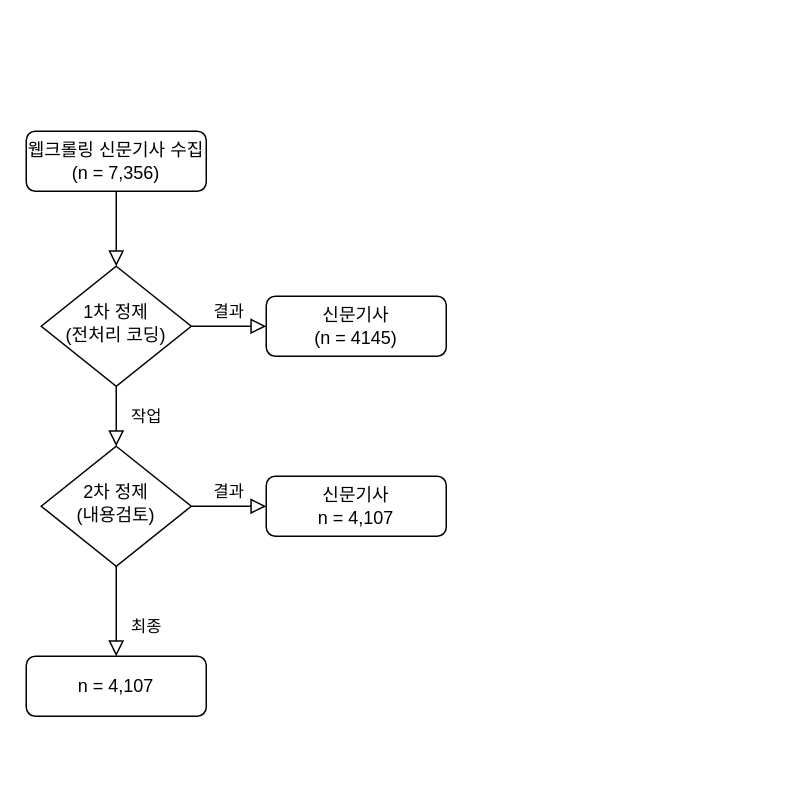
The draw.io diagram Copy of Untitled Diagram.drawio in kjsang/analysis.coupang, before the edit. Source tidied: cells renumbered, new cells numbered last; positions are measured from the earlier drawing's top-left corner, leaving out a move shared by most shapes. Both pictures are drawn from the tidied source at 150%, with x=0, y=0 at pixel (26, 130).
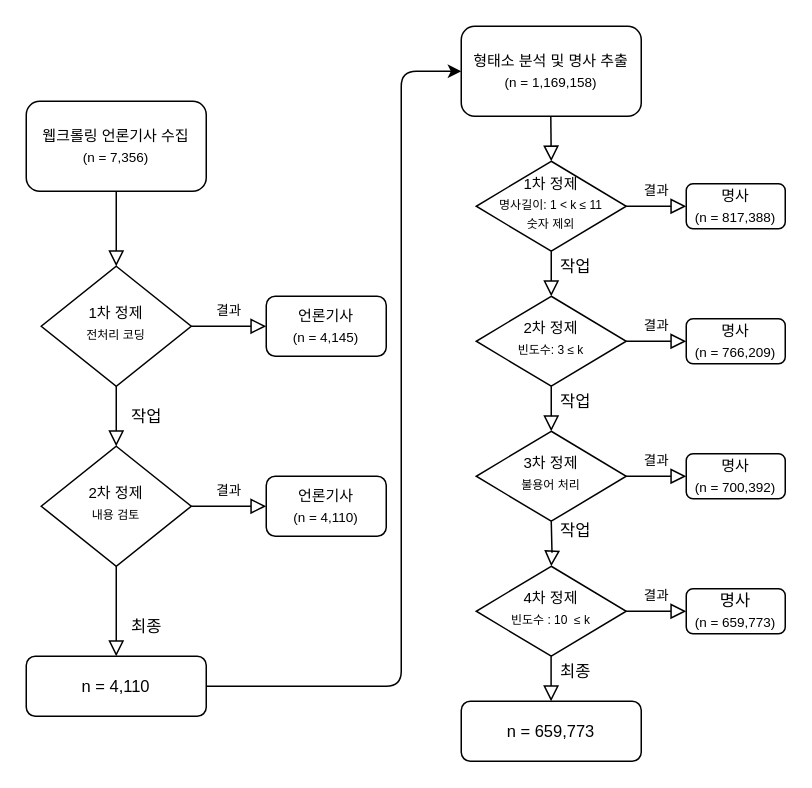
Above is the later version.

What changed in the source:
```diff
@@
-    <mxCell id="3" value="웹크롤링 신문기사 수집&lt;br&gt;(n = 7,356)" style="rounded=1;whiteSpace=wrap;html=1;fontSize=12;glass=0;strokeWidth=1;shadow=0;" parent="1" vertex="1">
-      <mxGeometry width="120" height="40" as="geometry" />
+    <mxCell id="3" value="&lt;font style=&quot;font-size: 10px&quot;&gt;웹크롤링 언론기사 수집&lt;br&gt;&lt;/font&gt;&lt;font style=&quot;font-size: 9px&quot;&gt;(n = 7,356)&lt;/font&gt;" style="rounded=1;whiteSpace=wrap;html=1;fontSize=11;glass=0;strokeWidth=1;shadow=0;" parent="1" vertex="1">
+      <mxGeometry y="-20" width="120" height="60" as="geometry" />
     </mxCell>
@@
-    <mxCell id="5" value="결과" style="edgeStyle=orthogonalEdgeStyle;rounded=0;html=1;jettySize=auto;fontSize=11;endArrow=block;endFill=0;endSize=8;strokeWidth=1;shadow=0;labelBackgroundColor=none;" parent="1" edge="1" source="6" target="7">
+    <mxCell id="5" value="결과" style="edgeStyle=orthogonalEdgeStyle;rounded=0;html=1;jettySize=auto;fontSize=9;endArrow=block;endFill=0;endSize=8;strokeWidth=1;shadow=0;labelBackgroundColor=none;" parent="1" edge="1" source="6" target="7">
       <mxGeometry y="10" relative="1" as="geometry" />
     </mxCell>
-    <mxCell id="6" value="1차 정제&lt;br&gt;(전처리 코딩)" style="rhombus;whiteSpace=wrap;html=1;shadow=0;fontFamily=Helvetica;fontSize=12;align=center;strokeWidth=1;spacing=6;spacingTop=-4;" parent="1" vertex="1">
+    <mxCell id="6" value="&lt;font style=&quot;font-size: 10px&quot;&gt;1차 정제&lt;br&gt;&lt;/font&gt;&lt;font style=&quot;font-size: 8px&quot;&gt;전처리 코딩&lt;/font&gt;" style="rhombus;whiteSpace=wrap;html=1;shadow=0;fontFamily=Helvetica;fontSize=11;align=center;strokeWidth=1;spacing=6;spacingTop=-4;" parent="1" vertex="1">
       <mxGeometry x="10" y="90" width="100" height="80" as="geometry" />
     </mxCell>
-    <mxCell id="7" value="신문기사&lt;br&gt;(n = 4145)" style="rounded=1;whiteSpace=wrap;html=1;fontSize=12;glass=0;strokeWidth=1;shadow=0;" parent="1" vertex="1">
-      <mxGeometry x="160" y="110" width="120" height="40" as="geometry" />
+    <mxCell id="7" value="&lt;font style=&quot;font-size: 10px&quot;&gt;언론기사&lt;br&gt;&lt;/font&gt;&lt;font style=&quot;font-size: 9px&quot;&gt;(n = 4,145)&lt;/font&gt;" style="rounded=1;whiteSpace=wrap;html=1;fontSize=11;glass=0;strokeWidth=1;shadow=0;" parent="1" vertex="1">
+      <mxGeometry x="160" y="110" width="80" height="40" as="geometry" />
     </mxCell>
@@
-    <mxCell id="9" value="결과" style="edgeStyle=orthogonalEdgeStyle;rounded=0;html=1;jettySize=auto;fontSize=11;endArrow=block;endFill=0;endSize=8;strokeWidth=1;shadow=0;labelBackgroundColor=none;" parent="1" edge="1" source="10" target="12">
+    <mxCell id="9" value="결과" style="edgeStyle=orthogonalEdgeStyle;rounded=0;html=1;jettySize=auto;fontSize=9;endArrow=block;endFill=0;endSize=8;strokeWidth=1;shadow=0;labelBackgroundColor=none;" parent="1" edge="1" source="10" target="12">
       <mxGeometry y="10" relative="1" as="geometry" />
     </mxCell>
-    <mxCell id="10" value="2차 정제&lt;br&gt;(내용검토)" style="rhombus;whiteSpace=wrap;html=1;shadow=0;fontFamily=Helvetica;fontSize=12;align=center;strokeWidth=1;spacing=6;spacingTop=-4;" parent="1" vertex="1">
+    <mxCell id="10" value="&lt;font style=&quot;font-size: 10px&quot;&gt;2차 정제&lt;br&gt;&lt;/font&gt;&lt;font style=&quot;font-size: 8px&quot;&gt;내용 검토&lt;/font&gt;" style="rhombus;whiteSpace=wrap;html=1;shadow=0;fontFamily=Helvetica;fontSize=11;align=center;strokeWidth=1;spacing=6;spacingTop=-4;" parent="1" vertex="1">
       <mxGeometry x="10" y="210" width="100" height="80" as="geometry" />
     </mxCell>
-    <mxCell id="11" value="n = 4,107" style="rounded=1;whiteSpace=wrap;html=1;fontSize=12;glass=0;strokeWidth=1;shadow=0;" parent="1" vertex="1">
+    <mxCell id="11" value="n = 4,110" style="rounded=1;whiteSpace=wrap;html=1;fontSize=11;glass=0;strokeWidth=1;shadow=0;" parent="1" vertex="1">
       <mxGeometry y="350" width="120" height="40" as="geometry" />
     </mxCell>
-    <mxCell id="12" value="신문기사&lt;br&gt;n = 4,107" style="rounded=1;whiteSpace=wrap;html=1;fontSize=12;glass=0;strokeWidth=1;shadow=0;" parent="1" vertex="1">
-      <mxGeometry x="160" y="230" width="120" height="40" as="geometry" />
+    <mxCell id="12" value="&lt;font style=&quot;font-size: 10px&quot;&gt;언론기사&lt;/font&gt;&lt;br style=&quot;font-size: 11px&quot;&gt;&lt;font style=&quot;font-size: 9px&quot;&gt;(n = 4,110)&lt;/font&gt;" style="rounded=1;whiteSpace=wrap;html=1;fontSize=11;glass=0;strokeWidth=1;shadow=0;" parent="1" vertex="1">
+      <mxGeometry x="160" y="230" width="80" height="40" as="geometry" />
     </mxCell>
+    <mxCell id="13" style="endArrow=classic;html=1;exitX=1;exitY=0.5;exitDx=0;exitDy=0;entryX=0;entryY=0.5;entryDx=0;entryDy=0;" parent="1" edge="1" source="11" target="14">
+      <mxGeometry relative="1" as="geometry">
+        <Array as="points">
+          <mxPoint x="250" y="370" />
+          <mxPoint x="250" y="-40" />
+        </Array>
+      </mxGeometry>
+    </mxCell>
+    <mxCell id="14" value="&lt;font style=&quot;font-size: 10px&quot;&gt;형태소 분석 및 명사 추출&lt;br&gt;&lt;/font&gt;&lt;font style=&quot;font-size: 9px&quot;&gt;(n = 1,169,158)&lt;/font&gt;" style="rounded=1;whiteSpace=wrap;html=1;fontSize=11;" parent="1" vertex="1">
+      <mxGeometry x="290" y="-70" width="120" height="60" as="geometry" />
+    </mxCell>
+    <mxCell id="15" value="작업" style="rounded=0;html=1;jettySize=auto;fontSize=11;endArrow=block;endFill=0;endSize=8;strokeWidth=1;shadow=0;labelBackgroundColor=none;edgeStyle=orthogonalEdgeStyle;" parent="1" edge="1" source="17" target="21">
+      <mxGeometry x="-0.33" y="16" relative="1" as="geometry">
+        <Array as="points">
+          <mxPoint x="350" y="120" />
+          <mxPoint x="350" y="120" />
+        </Array>
+      </mxGeometry>
+    </mxCell>
+    <mxCell id="16" value="결과" style="edgeStyle=orthogonalEdgeStyle;rounded=0;html=1;jettySize=auto;fontSize=9;endArrow=block;endFill=0;endSize=8;strokeWidth=1;shadow=0;labelBackgroundColor=none;" parent="1" edge="1" source="17" target="18">
+      <mxGeometry y="10" relative="1" as="geometry" />
+    </mxCell>
+    <mxCell id="17" value="&lt;font style=&quot;font-size: 10px&quot;&gt;1차 정제&lt;br&gt;&lt;/font&gt;&lt;font style=&quot;font-size: 8px&quot;&gt;명사길이: 1 &amp;lt; k ≤ 11&lt;br&gt;숫자 제외&lt;/font&gt;" style="rhombus;whiteSpace=wrap;html=1;shadow=0;fontFamily=Helvetica;fontSize=11;align=center;strokeWidth=1;spacing=6;spacingTop=-4;" parent="1" vertex="1">
+      <mxGeometry x="300" y="20" width="100" height="60" as="geometry" />
+    </mxCell>
+    <mxCell id="18" value="&lt;font style=&quot;font-size: 10px&quot;&gt;명사&lt;br&gt;&lt;/font&gt;&lt;font style=&quot;font-size: 9px&quot;&gt;(n = 817,388)&lt;/font&gt;" style="rounded=1;whiteSpace=wrap;html=1;fontSize=11;glass=0;strokeWidth=1;shadow=0;" parent="1" vertex="1">
+      <mxGeometry x="440" y="35" width="66" height="30" as="geometry" />
+    </mxCell>
+    <mxCell id="19" value="작업" style="rounded=0;html=1;jettySize=auto;fontSize=11;endArrow=block;endFill=0;endSize=8;strokeWidth=1;shadow=0;labelBackgroundColor=none;edgeStyle=orthogonalEdgeStyle;" parent="1" edge="1" source="21" target="25">
+      <mxGeometry x="0.2" y="16" relative="1" as="geometry" />
+    </mxCell>
+    <mxCell id="20" value="결과" style="edgeStyle=orthogonalEdgeStyle;rounded=0;html=1;jettySize=auto;fontSize=9;endArrow=block;endFill=0;endSize=8;strokeWidth=1;shadow=0;labelBackgroundColor=none;" parent="1" edge="1" source="21" target="23">
+      <mxGeometry y="10" relative="1" as="geometry" />
+    </mxCell>
+    <mxCell id="21" value="&lt;font style=&quot;font-size: 10px&quot;&gt;2차 정제&lt;br&gt;&lt;/font&gt;&lt;font style=&quot;font-size: 8px&quot;&gt;빈도수: 3 ≤ k&lt;br&gt;&lt;/font&gt;" style="rhombus;whiteSpace=wrap;html=1;shadow=0;fontFamily=Helvetica;fontSize=11;align=center;strokeWidth=1;spacing=6;spacingTop=-4;" parent="1" vertex="1">
+      <mxGeometry x="300" y="110" width="100" height="60" as="geometry" />
+    </mxCell>
+    <mxCell id="22" value="n = 659,773" style="rounded=1;whiteSpace=wrap;html=1;fontSize=11;glass=0;strokeWidth=1;shadow=0;" parent="1" vertex="1">
+      <mxGeometry x="290" y="380" width="120" height="40" as="geometry" />
+    </mxCell>
+    <mxCell id="23" value="&lt;font style=&quot;font-size: 10px&quot;&gt;명사&lt;br&gt;&lt;/font&gt;&lt;font style=&quot;font-size: 9px&quot;&gt;(n = 766,209)&lt;/font&gt;" style="rounded=1;whiteSpace=wrap;html=1;fontSize=11;glass=0;strokeWidth=1;shadow=0;" parent="1" vertex="1">
+      <mxGeometry x="440" y="125" width="66" height="30" as="geometry" />
+    </mxCell>
+    <mxCell id="24" style="rounded=0;html=1;jettySize=auto;orthogonalLoop=1;fontSize=11;endArrow=block;endFill=0;endSize=8;strokeWidth=1;shadow=0;labelBackgroundColor=none;edgeStyle=orthogonalEdgeStyle;" parent="1" edge="1">
+      <mxGeometry relative="1" as="geometry">
+        <mxPoint x="349.7" y="-10" as="sourcePoint" />
+        <mxPoint x="350" y="20" as="targetPoint" />
+      </mxGeometry>
+    </mxCell>
+    <mxCell id="25" value="&lt;font style=&quot;font-size: 10px&quot;&gt;3차 정제&lt;br&gt;&lt;/font&gt;&lt;font style=&quot;font-size: 8px&quot;&gt;불용어 처리&lt;br&gt;&lt;/font&gt;" style="rhombus;whiteSpace=wrap;html=1;shadow=0;fontFamily=Helvetica;fontSize=11;align=center;strokeWidth=1;spacing=6;spacingTop=-4;" parent="1" vertex="1">
+      <mxGeometry x="300" y="200" width="100" height="60" as="geometry" />
+    </mxCell>
+    <mxCell id="26" value="결과" style="edgeStyle=orthogonalEdgeStyle;rounded=0;html=1;jettySize=auto;fontSize=9;endArrow=block;endFill=0;endSize=8;strokeWidth=1;shadow=0;labelBackgroundColor=none;" parent="1" edge="1" target="27">
+      <mxGeometry y="10" relative="1" as="geometry">
+        <mxPoint x="400" y="230" as="sourcePoint" />
+        <Array as="points">
+          <mxPoint x="420" y="230" />
+          <mxPoint x="420" y="230" />
+        </Array>
+      </mxGeometry>
+    </mxCell>
+    <mxCell id="27" value="&lt;font style=&quot;font-size: 10px&quot;&gt;명사&lt;br&gt;&lt;/font&gt;&lt;font style=&quot;font-size: 9px&quot;&gt;(n = 700,392)&lt;/font&gt;" style="rounded=1;whiteSpace=wrap;html=1;fontSize=11;glass=0;strokeWidth=1;shadow=0;" parent="1" vertex="1">
+      <mxGeometry x="440" y="215" width="66" height="30" as="geometry" />
+    </mxCell>
+    <mxCell id="28" value="최종" style="rounded=0;html=1;jettySize=auto;orthogonalLoop=1;fontSize=11;endArrow=block;endFill=0;endSize=8;strokeWidth=1;shadow=0;labelBackgroundColor=none;edgeStyle=orthogonalEdgeStyle;" parent="1" edge="1">
+      <mxGeometry x="-0.33" y="16" relative="1" as="geometry">
+        <mxPoint x="349.9" y="350" as="sourcePoint" />
+        <mxPoint x="349.9" y="380" as="targetPoint" />
+      </mxGeometry>
+    </mxCell>
+    <mxCell id="29" value="작업" style="rounded=0;html=1;jettySize=auto;fontSize=11;endArrow=block;endFill=0;endSize=8;strokeWidth=1;shadow=0;labelBackgroundColor=none;edgeStyle=orthogonalEdgeStyle;" parent="1" edge="1" target="30">
+      <mxGeometry x="-0.6" y="16" relative="1" as="geometry">
+        <mxPoint x="350" y="260" as="sourcePoint" />
+      </mxGeometry>
+    </mxCell>
+    <mxCell id="30" value="&lt;font style=&quot;font-size: 10px&quot;&gt;4차 정제&lt;br&gt;&lt;/font&gt;&lt;font style=&quot;font-size: 8px&quot;&gt;빈도수 : 10&amp;nbsp;&amp;nbsp;≤ k&lt;br&gt;&lt;/font&gt;" style="rhombus;whiteSpace=wrap;html=1;shadow=0;fontFamily=Helvetica;fontSize=11;align=center;strokeWidth=1;spacing=6;spacingTop=-4;" parent="1" vertex="1">
+      <mxGeometry x="300" y="290" width="100" height="60" as="geometry" />
+    </mxCell>
+    <mxCell id="31" value="결과" style="edgeStyle=orthogonalEdgeStyle;rounded=0;html=1;jettySize=auto;fontSize=9;endArrow=block;endFill=0;endSize=8;strokeWidth=1;shadow=0;labelBackgroundColor=none;" parent="1" edge="1" target="32">
+      <mxGeometry y="10" relative="1" as="geometry">
+        <mxPoint x="400" y="320" as="sourcePoint" />
+        <Array as="points">
+          <mxPoint x="420" y="320" />
+          <mxPoint x="420" y="320" />
+        </Array>
+      </mxGeometry>
+    </mxCell>
+    <mxCell id="32" value="명사&lt;br&gt;&lt;font style=&quot;font-size: 9px&quot;&gt;(n = 659,773)&lt;/font&gt;" style="rounded=1;whiteSpace=wrap;html=1;fontSize=11;glass=0;strokeWidth=1;shadow=0;" parent="1" vertex="1">
+      <mxGeometry x="440" y="305" width="66" height="30" as="geometry" />
+    </mxCell>
```
